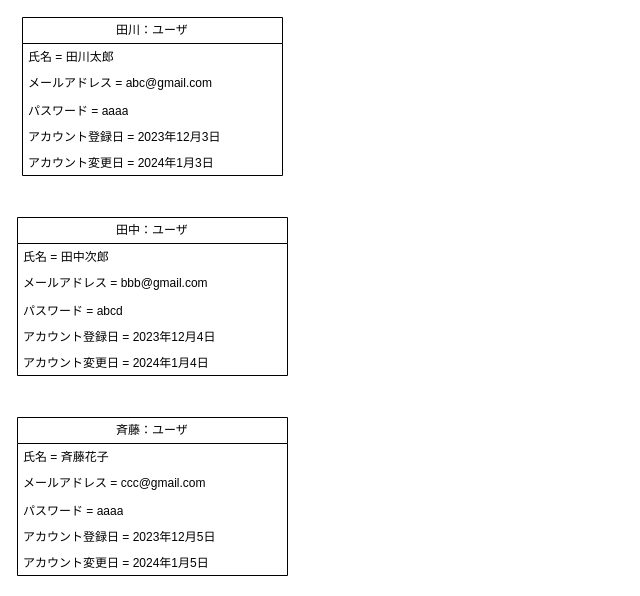
The draw.io diagram 概念モデル/06_日記を投稿する/日記を投稿する.drawio in tawainfer/scorpio, before the edit. Source tidied: cells renumbered, new cells numbered last; positions are measured from the earlier drawing's top-left corner, leaving out a move shared by most shapes. Both pictures are drawn from the tidied source at 100%, with x=0, y=0 at pixel (17, 17).
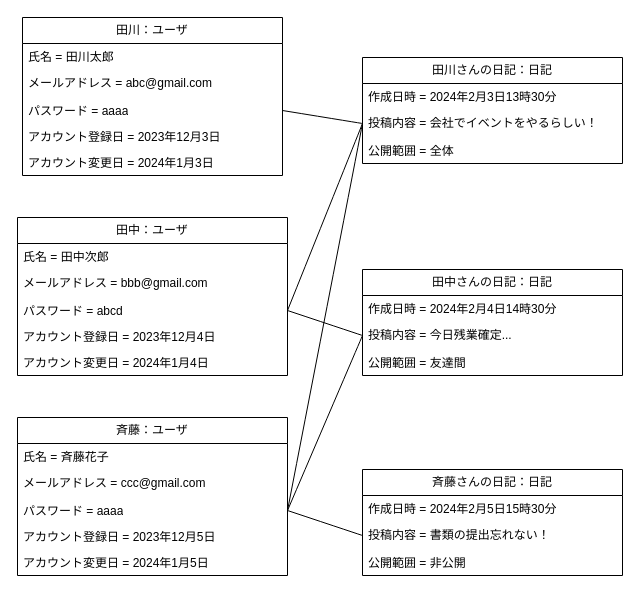
The same diagram, later.

The change refers to these unchanged cells:
```xml
<mxCell id="5" value="パスワード = aaaa" style="text;strokeColor=none;fillColor=none;align=left;verticalAlign=top;spacingLeft=4;spacingRight=4;overflow=hidden;points=[[0,0.5],[1,0.5]];portConstraint=eastwest;whiteSpace=wrap;html=1;" parent="2" vertex="1">
  <mxGeometry y="80" width="260" height="26" as="geometry" />
</mxCell>
<mxCell id="11" value="パスワード = abcd" style="text;strokeColor=none;fillColor=none;align=left;verticalAlign=top;spacingLeft=4;spacingRight=4;overflow=hidden;points=[[0,0.5],[1,0.5]];portConstraint=eastwest;whiteSpace=wrap;html=1;" parent="8" vertex="1">
  <mxGeometry y="80" width="270" height="26" as="geometry" />
</mxCell>
<mxCell id="17" value="パスワード = aaaa" style="text;strokeColor=none;fillColor=none;align=left;verticalAlign=top;spacingLeft=4;spacingRight=4;overflow=hidden;points=[[0,0.5],[1,0.5]];portConstraint=eastwest;whiteSpace=wrap;html=1;" parent="14" vertex="1">
  <mxGeometry y="80" width="270" height="26" as="geometry" />
</mxCell>
```

What changed in the source:
```diff
@@
+    <mxCell id="20" value="田川さんの日記：日記" style="swimlane;fontStyle=0;horizontal=1;startSize=26;fillColor=none;whiteSpace=wrap;html=1;" parent="1" vertex="1">
+      <mxGeometry x="345" y="40" width="260" height="106" as="geometry" />
+    </mxCell>
+    <mxCell id="21" value="作成日時 =&amp;nbsp;2024年2月3日13時30分" style="text;strokeColor=none;fillColor=none;align=left;verticalAlign=top;spacingLeft=4;spacingRight=4;overflow=hidden;whiteSpace=wrap;html=1;" parent="20" vertex="1">
+      <mxGeometry y="26" width="260" height="26" as="geometry" />
+    </mxCell>
+    <mxCell id="22" value="投稿内容 =&amp;nbsp;会社でイベントをやるらしい！" style="text;strokeColor=none;fillColor=none;align=left;verticalAlign=top;spacingLeft=4;spacingRight=4;overflow=hidden;points=[[0,0.5],[1,0.5]];portConstraint=eastwest;whiteSpace=wrap;html=1;" parent="20" vertex="1">
+      <mxGeometry y="52" width="260" height="28" as="geometry" />
+    </mxCell>
+    <mxCell id="23" value="公開範囲 = 全体" style="text;strokeColor=none;fillColor=none;align=left;verticalAlign=top;spacingLeft=4;spacingRight=4;overflow=hidden;whiteSpace=wrap;html=1;" parent="20" vertex="1">
+      <mxGeometry y="80" width="260" height="26" as="geometry" />
+    </mxCell>
+    <mxCell id="24" value="田中さんの日記：日記" style="swimlane;fontStyle=0;horizontal=1;startSize=26;fillColor=none;whiteSpace=wrap;html=1;" parent="1" vertex="1">
+      <mxGeometry x="345" y="252" width="260" height="106" as="geometry" />
+    </mxCell>
+    <mxCell id="25" value="作成日時 =&amp;nbsp;2024年2月4日14時30分" style="text;strokeColor=none;fillColor=none;align=left;verticalAlign=top;spacingLeft=4;spacingRight=4;overflow=hidden;whiteSpace=wrap;html=1;" parent="24" vertex="1">
+      <mxGeometry y="26" width="260" height="26" as="geometry" />
+    </mxCell>
+    <mxCell id="26" value="投稿内容 =&amp;nbsp;今日残業確定..." style="text;strokeColor=none;fillColor=none;align=left;verticalAlign=top;spacingLeft=4;spacingRight=4;overflow=hidden;points=[[0,0.5],[1,0.5]];portConstraint=eastwest;whiteSpace=wrap;html=1;" parent="24" vertex="1">
+      <mxGeometry y="52" width="260" height="28" as="geometry" />
+    </mxCell>
+    <mxCell id="27" value="公開範囲 = 友達間" style="text;strokeColor=none;fillColor=none;align=left;verticalAlign=top;spacingLeft=4;spacingRight=4;overflow=hidden;whiteSpace=wrap;html=1;" parent="24" vertex="1">
+      <mxGeometry y="80" width="260" height="26" as="geometry" />
+    </mxCell>
+    <mxCell id="28" value="斉藤さんの日記：日記" style="swimlane;fontStyle=0;horizontal=1;startSize=26;fillColor=none;whiteSpace=wrap;html=1;" parent="1" vertex="1">
+      <mxGeometry x="345" y="452" width="260" height="106" as="geometry" />
+    </mxCell>
+    <mxCell id="29" value="作成日時 =&amp;nbsp;2024年2月5日15時30分" style="text;strokeColor=none;fillColor=none;align=left;verticalAlign=top;spacingLeft=4;spacingRight=4;overflow=hidden;whiteSpace=wrap;html=1;" parent="28" vertex="1">
+      <mxGeometry y="26" width="260" height="26" as="geometry" />
+    </mxCell>
+    <mxCell id="30" value="投稿内容 =&amp;nbsp;書類の提出忘れない！" style="text;strokeColor=none;fillColor=none;align=left;verticalAlign=top;spacingLeft=4;spacingRight=4;overflow=hidden;points=[[0,0.5],[1,0.5]];portConstraint=eastwest;whiteSpace=wrap;html=1;" parent="28" vertex="1">
+      <mxGeometry y="52" width="260" height="28" as="geometry" />
+    </mxCell>
+    <mxCell id="31" value="公開範囲 = 非公開" style="text;strokeColor=none;fillColor=none;align=left;verticalAlign=top;spacingLeft=4;spacingRight=4;overflow=hidden;whiteSpace=wrap;html=1;" parent="28" vertex="1">
+      <mxGeometry y="80" width="260" height="26" as="geometry" />
+    </mxCell>
+    <mxCell id="32" style="edgeStyle=none;curved=1;rounded=0;jettySize=auto;html=1;exitX=0;exitY=0.5;exitDx=0;exitDy=0;entryX=1;entryY=0.5;entryDx=0;entryDy=0;fontSize=12;endArrow=none;endFill=0;" parent="1" edge="1" source="30" target="17">
+      <mxGeometry relative="1" as="geometry" />
+    </mxCell>
+    <mxCell id="33" style="edgeStyle=none;curved=1;rounded=0;jettySize=auto;html=1;exitX=0;exitY=0.5;exitDx=0;exitDy=0;entryX=1;entryY=0.5;entryDx=0;entryDy=0;fontSize=12;startSize=8;endSize=8;endArrow=none;endFill=0;" parent="1" edge="1" source="22" target="5">
+      <mxGeometry relative="1" as="geometry" />
+    </mxCell>
+    <mxCell id="34" style="edgeStyle=none;curved=1;rounded=0;jettySize=auto;html=1;exitX=0;exitY=0.5;exitDx=0;exitDy=0;entryX=1;entryY=0.5;entryDx=0;entryDy=0;fontSize=12;startSize=8;endSize=8;endArrow=none;endFill=0;" parent="1" edge="1" source="22" target="11">
+      <mxGeometry relative="1" as="geometry" />
+    </mxCell>
+    <mxCell id="35" style="edgeStyle=none;curved=1;rounded=0;jettySize=auto;html=1;exitX=0;exitY=0.5;exitDx=0;exitDy=0;entryX=1;entryY=0.5;entryDx=0;entryDy=0;fontSize=12;startSize=8;endSize=8;endArrow=none;endFill=0;" parent="1" edge="1" source="22" target="17">
+      <mxGeometry relative="1" as="geometry" />
+    </mxCell>
+    <mxCell id="36" style="endArrow=none;html=1;rounded=0;fontSize=12;startSize=8;endSize=8;curved=1;entryX=1;entryY=0.5;entryDx=0;entryDy=0;exitX=0;exitY=0.5;exitDx=0;exitDy=0;" parent="1" edge="1" source="26" target="11">
+      <mxGeometry relative="1" as="geometry" />
+    </mxCell>
+    <mxCell id="37" style="edgeStyle=none;curved=1;rounded=0;jettySize=auto;html=1;exitX=0;exitY=0.5;exitDx=0;exitDy=0;entryX=1;entryY=0.5;entryDx=0;entryDy=0;fontSize=12;startSize=8;endSize=8;endArrow=none;endFill=0;" parent="1" edge="1" source="26" target="17">
+      <mxGeometry relative="1" as="geometry" />
+    </mxCell>
```
